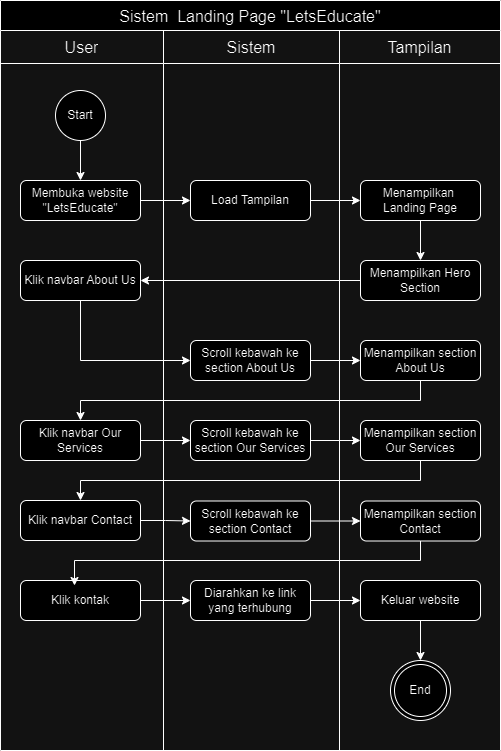
The draw.io diagram uml_awan/Activity Diagram AWAN XI PPLG 1.drawio.png in JustC4lm/letssmart-app, before a commit. Source tidied: cells renumbered, new cells last; positions are measured from the earlier drawing's top-left corner, leaving out a move shared by most shapes. The source it was exported from:
```xml
<mxGraphModel>
  <root>
    <mxCell id="0" />
    <mxCell id="1" parent="0" />
    <mxCell id="2" value="Sistem  Landing Page &quot;LetsEducate&quot;" style="shape=table;startSize=30;strokeColor=default;fontSize=16;" parent="1" vertex="1">
      <mxGeometry width="500" height="750" as="geometry" />
    </mxCell>
    <mxCell id="3" style="shape=tableRow;horizontal=0;startSize=0;swimlaneHead=0;swimlaneBody=0;strokeColor=inherit;top=0;left=0;bottom=0;right=0;fillColor=none;fontSize=16;" parent="2" vertex="1">
      <mxGeometry y="30" width="500" height="33" as="geometry" />
    </mxCell>
    <mxCell id="4" value="User" style="shape=partialRectangle;html=1;whiteSpace=wrap;strokeColor=inherit;overflow=hidden;fillColor=none;top=0;left=0;bottom=0;right=0;fontSize=16;" parent="3" vertex="1">
      <mxGeometry width="163" height="33" as="geometry" />
    </mxCell>
    <mxCell id="5" value="Sistem" style="shape=partialRectangle;html=1;whiteSpace=wrap;strokeColor=inherit;overflow=hidden;fillColor=none;top=0;left=0;bottom=0;right=0;fontSize=16;" parent="3" vertex="1">
      <mxGeometry x="163" width="176" height="33" as="geometry" />
    </mxCell>
    <mxCell id="6" value="Tampilan" style="shape=partialRectangle;html=1;whiteSpace=wrap;strokeColor=inherit;overflow=hidden;fillColor=none;top=0;left=0;bottom=0;right=0;fontSize=16;" parent="3" vertex="1">
      <mxGeometry x="339" width="161" height="33" as="geometry" />
    </mxCell>
    <mxCell id="7" style="shape=tableRow;horizontal=0;startSize=0;swimlaneHead=0;swimlaneBody=0;strokeColor=inherit;top=0;left=0;bottom=0;right=0;fillColor=none;fontSize=16;" parent="2" vertex="1">
      <mxGeometry y="63" width="500" height="687" as="geometry" />
    </mxCell>
    <mxCell id="8" style="shape=partialRectangle;html=1;whiteSpace=wrap;strokeColor=inherit;overflow=hidden;fillColor=none;top=0;left=0;bottom=0;right=0;fontSize=16;" parent="7" vertex="1">
      <mxGeometry width="163" height="687" as="geometry" />
    </mxCell>
    <mxCell id="9" style="shape=partialRectangle;html=1;whiteSpace=wrap;strokeColor=inherit;overflow=hidden;fillColor=none;top=0;left=0;bottom=0;right=0;fontSize=16;" parent="7" vertex="1">
      <mxGeometry x="163" width="176" height="687" as="geometry" />
    </mxCell>
    <mxCell id="10" style="shape=partialRectangle;html=1;whiteSpace=wrap;strokeColor=inherit;overflow=hidden;fillColor=none;top=0;left=0;bottom=0;right=0;fontSize=16;" parent="7" vertex="1">
      <mxGeometry x="339" width="161" height="687" as="geometry" />
    </mxCell>
    <mxCell id="11" style="edgeStyle=orthogonalEdgeStyle;rounded=0;jettySize=auto;html=1;" parent="1" edge="1" source="12" target="14">
      <mxGeometry relative="1" as="geometry" />
    </mxCell>
    <mxCell id="12" value="Start" style="ellipse;whiteSpace=wrap;html=1;" parent="1" vertex="1">
      <mxGeometry x="55" y="90" width="50" height="50" as="geometry" />
    </mxCell>
    <mxCell id="13" style="edgeStyle=orthogonalEdgeStyle;rounded=0;jettySize=auto;html=1;entryX=0;entryY=0.5;entryDx=0;entryDy=0;" parent="1" edge="1" source="14" target="20">
      <mxGeometry relative="1" as="geometry" />
    </mxCell>
    <mxCell id="14" value="Membuka website &quot;LetsEducate&quot;" style="rounded=1;whiteSpace=wrap;html=1;" parent="1" vertex="1">
      <mxGeometry x="20" y="180" width="120" height="40" as="geometry" />
    </mxCell>
    <mxCell id="15" style="edgeStyle=orthogonalEdgeStyle;rounded=0;jettySize=auto;html=1;entryX=0.5;entryY=0;entryDx=0;entryDy=0;" parent="1" edge="1" source="16" target="18">
      <mxGeometry relative="1" as="geometry" />
    </mxCell>
    <mxCell id="16" value="Menampilkan&amp;nbsp; Landing Page" style="rounded=1;whiteSpace=wrap;html=1;" parent="1" vertex="1">
      <mxGeometry x="360" y="180" width="120" height="40" as="geometry" />
    </mxCell>
    <mxCell id="17" style="edgeStyle=orthogonalEdgeStyle;rounded=0;jettySize=auto;html=1;entryX=1;entryY=0.5;entryDx=0;entryDy=0;" parent="1" edge="1" source="18" target="22">
      <mxGeometry relative="1" as="geometry" />
    </mxCell>
    <mxCell id="18" value="Menampilkan Hero Section" style="rounded=1;whiteSpace=wrap;html=1;" parent="1" vertex="1">
      <mxGeometry x="360" y="260" width="120" height="40" as="geometry" />
    </mxCell>
    <mxCell id="19" style="edgeStyle=orthogonalEdgeStyle;rounded=0;jettySize=auto;html=1;entryX=0;entryY=0.5;entryDx=0;entryDy=0;" parent="1" edge="1" source="20" target="16">
      <mxGeometry relative="1" as="geometry" />
    </mxCell>
    <mxCell id="20" value="Load Tampilan" style="rounded=1;whiteSpace=wrap;html=1;" parent="1" vertex="1">
      <mxGeometry x="190" y="180" width="120" height="40" as="geometry" />
    </mxCell>
    <mxCell id="21" style="edgeStyle=orthogonalEdgeStyle;rounded=0;jettySize=auto;html=1;entryX=0;entryY=0.5;entryDx=0;entryDy=0;" parent="1" edge="1" source="22" target="24">
      <mxGeometry relative="1" as="geometry">
        <Array as="points">
          <mxPoint x="80" y="360" />
        </Array>
      </mxGeometry>
    </mxCell>
    <mxCell id="22" value="Klik navbar About Us" style="rounded=1;whiteSpace=wrap;html=1;" parent="1" vertex="1">
      <mxGeometry x="20" y="260" width="120" height="40" as="geometry" />
    </mxCell>
    <mxCell id="23" style="edgeStyle=orthogonalEdgeStyle;rounded=0;jettySize=auto;html=1;entryX=0;entryY=0.5;entryDx=0;entryDy=0;" parent="1" edge="1" source="24" target="26">
      <mxGeometry relative="1" as="geometry" />
    </mxCell>
    <mxCell id="24" value="Scroll kebawah ke section About Us" style="rounded=1;whiteSpace=wrap;html=1;" parent="1" vertex="1">
      <mxGeometry x="190" y="340" width="120" height="40" as="geometry" />
    </mxCell>
    <mxCell id="25" style="edgeStyle=orthogonalEdgeStyle;rounded=0;jettySize=auto;html=1;" parent="1" edge="1" source="26" target="28">
      <mxGeometry relative="1" as="geometry">
        <Array as="points">
          <mxPoint x="420" y="400" />
          <mxPoint x="80" y="400" />
        </Array>
      </mxGeometry>
    </mxCell>
    <mxCell id="26" value="Menampilkan section About Us" style="rounded=1;whiteSpace=wrap;html=1;" parent="1" vertex="1">
      <mxGeometry x="360" y="340" width="120" height="40" as="geometry" />
    </mxCell>
    <mxCell id="27" style="edgeStyle=orthogonalEdgeStyle;rounded=0;jettySize=auto;html=1;entryX=0;entryY=0.5;entryDx=0;entryDy=0;" parent="1" edge="1" source="28" target="30">
      <mxGeometry relative="1" as="geometry" />
    </mxCell>
    <mxCell id="28" value="Klik navbar Our Services" style="rounded=1;whiteSpace=wrap;html=1;" parent="1" vertex="1">
      <mxGeometry x="20" y="420" width="120" height="40" as="geometry" />
    </mxCell>
    <mxCell id="29" style="edgeStyle=orthogonalEdgeStyle;rounded=0;jettySize=auto;html=1;entryX=0;entryY=0.5;entryDx=0;entryDy=0;" parent="1" edge="1" source="30" target="32">
      <mxGeometry relative="1" as="geometry" />
    </mxCell>
    <mxCell id="30" value="Scroll kebawah ke section Our Services" style="rounded=1;whiteSpace=wrap;html=1;" parent="1" vertex="1">
      <mxGeometry x="190" y="420" width="120" height="40" as="geometry" />
    </mxCell>
    <mxCell id="31" style="edgeStyle=orthogonalEdgeStyle;rounded=0;jettySize=auto;html=1;" parent="1" edge="1" source="32" target="34">
      <mxGeometry relative="1" as="geometry">
        <Array as="points">
          <mxPoint x="420" y="480" />
          <mxPoint x="80" y="480" />
        </Array>
      </mxGeometry>
    </mxCell>
    <mxCell id="32" value="Menampilkan section Our Services" style="rounded=1;whiteSpace=wrap;html=1;" parent="1" vertex="1">
      <mxGeometry x="360" y="420" width="120" height="40" as="geometry" />
    </mxCell>
    <mxCell id="33" style="edgeStyle=orthogonalEdgeStyle;rounded=0;jettySize=auto;html=1;entryX=0;entryY=0.5;entryDx=0;entryDy=0;" parent="1" edge="1" source="34" target="36">
      <mxGeometry relative="1" as="geometry" />
    </mxCell>
    <mxCell id="34" value="Klik navbar Contact" style="rounded=1;whiteSpace=wrap;html=1;" parent="1" vertex="1">
      <mxGeometry x="20" y="500" width="120" height="40" as="geometry" />
    </mxCell>
    <mxCell id="35" style="edgeStyle=orthogonalEdgeStyle;rounded=0;jettySize=auto;html=1;entryX=0;entryY=0.5;entryDx=0;entryDy=0;" parent="1" edge="1" source="36" target="37">
      <mxGeometry relative="1" as="geometry" />
    </mxCell>
    <mxCell id="36" value="Scroll kebawah ke section Contact" style="rounded=1;whiteSpace=wrap;html=1;" parent="1" vertex="1">
      <mxGeometry x="190" y="500.5" width="120" height="40" as="geometry" />
    </mxCell>
    <mxCell id="37" value="Menampilkan section Contact" style="rounded=1;whiteSpace=wrap;html=1;" parent="1" vertex="1">
      <mxGeometry x="360" y="500.5" width="120" height="40" as="geometry" />
    </mxCell>
    <mxCell id="38" style="edgeStyle=orthogonalEdgeStyle;rounded=0;jettySize=auto;html=1;entryX=0;entryY=0.5;entryDx=0;entryDy=0;" parent="1" edge="1" source="39" target="41">
      <mxGeometry relative="1" as="geometry" />
    </mxCell>
    <mxCell id="39" value="Diarahkan ke link yang terhubung" style="rounded=1;whiteSpace=wrap;html=1;" parent="1" vertex="1">
      <mxGeometry x="190" y="580" width="120" height="40" as="geometry" />
    </mxCell>
    <mxCell id="40" style="edgeStyle=orthogonalEdgeStyle;rounded=0;jettySize=auto;html=1;" parent="1" edge="1" source="41" target="45">
      <mxGeometry relative="1" as="geometry" />
    </mxCell>
    <mxCell id="41" value="Keluar website" style="rounded=1;whiteSpace=wrap;html=1;" parent="1" vertex="1">
      <mxGeometry x="360" y="580" width="120" height="40" as="geometry" />
    </mxCell>
    <mxCell id="42" style="edgeStyle=orthogonalEdgeStyle;rounded=0;jettySize=auto;html=1;entryX=0;entryY=0.5;entryDx=0;entryDy=0;" parent="1" edge="1" source="43" target="39">
      <mxGeometry relative="1" as="geometry" />
    </mxCell>
    <mxCell id="43" value="Klik kontak" style="rounded=1;whiteSpace=wrap;html=1;" parent="1" vertex="1">
      <mxGeometry x="20" y="580" width="120" height="40" as="geometry" />
    </mxCell>
    <mxCell id="44" style="edgeStyle=orthogonalEdgeStyle;rounded=0;jettySize=auto;html=1;entryX=0.45;entryY=0.125;entryDx=0;entryDy=0;entryPerimeter=0;" parent="1" edge="1" source="37" target="43">
      <mxGeometry relative="1" as="geometry">
        <Array as="points">
          <mxPoint x="420" y="560" />
          <mxPoint x="74" y="560" />
        </Array>
      </mxGeometry>
    </mxCell>
    <mxCell id="45" value="End" style="ellipse;shape=doubleEllipse;whiteSpace=wrap;html=1;" parent="1" vertex="1">
      <mxGeometry x="390" y="660" width="60" height="60" as="geometry" />
    </mxCell>
  </root>
</mxGraphModel>
```
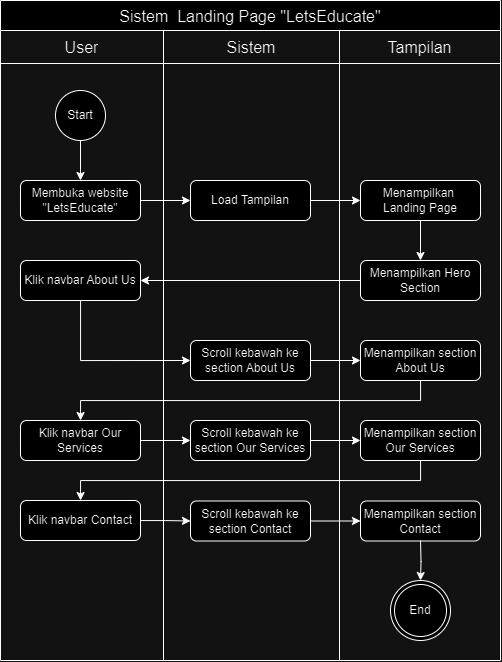
The same diagram one commit later.

What changed in the source:
```diff
@@ -3,7 +3,7 @@
     <mxCell id="0" />
     <mxCell id="1" parent="0" />
     <mxCell id="2" value="Sistem  Landing Page &quot;LetsEducate&quot;" style="shape=table;startSize=30;strokeColor=default;fontSize=16;" parent="1" vertex="1">
-      <mxGeometry width="500" height="750" as="geometry" />
+      <mxGeometry width="500" height="660" as="geometry" />
     </mxCell>
     <mxCell id="3" style="shape=tableRow;horizontal=0;startSize=0;swimlaneHead=0;swimlaneBody=0;strokeColor=inherit;top=0;left=0;bottom=0;right=0;fillColor=none;fontSize=16;" parent="2" vertex="1">
       <mxGeometry y="30" width="500" height="33" as="geometry" />
@@ -18,16 +18,16 @@
       <mxGeometry x="339" width="161" height="33" as="geometry" />
     </mxCell>
     <mxCell id="7" style="shape=tableRow;horizontal=0;startSize=0;swimlaneHead=0;swimlaneBody=0;strokeColor=inherit;top=0;left=0;bottom=0;right=0;fillColor=none;fontSize=16;" parent="2" vertex="1">
-      <mxGeometry y="63" width="500" height="687" as="geometry" />
+      <mxGeometry y="63" width="500" height="597" as="geometry" />
     </mxCell>
     <mxCell id="8" style="shape=partialRectangle;html=1;whiteSpace=wrap;strokeColor=inherit;overflow=hidden;fillColor=none;top=0;left=0;bottom=0;right=0;fontSize=16;" parent="7" vertex="1">
-      <mxGeometry width="163" height="687" as="geometry" />
+      <mxGeometry width="163" height="597" as="geometry" />
     </mxCell>
     <mxCell id="9" style="shape=partialRectangle;html=1;whiteSpace=wrap;strokeColor=inherit;overflow=hidden;fillColor=none;top=0;left=0;bottom=0;right=0;fontSize=16;" parent="7" vertex="1">
-      <mxGeometry x="163" width="176" height="687" as="geometry" />
+      <mxGeometry x="163" width="176" height="597" as="geometry" />
     </mxCell>
     <mxCell id="10" style="shape=partialRectangle;html=1;whiteSpace=wrap;strokeColor=inherit;overflow=hidden;fillColor=none;top=0;left=0;bottom=0;right=0;fontSize=16;" parent="7" vertex="1">
-      <mxGeometry x="339" width="161" height="687" as="geometry" />
+      <mxGeometry x="339" width="161" height="597" as="geometry" />
     </mxCell>
     <mxCell id="11" style="edgeStyle=orthogonalEdgeStyle;rounded=0;jettySize=auto;html=1;" parent="1" edge="1" source="12" target="14">
       <mxGeometry relative="1" as="geometry" />
@@ -124,34 +124,13 @@
     <mxCell id="37" value="Menampilkan section Contact" style="rounded=1;whiteSpace=wrap;html=1;" parent="1" vertex="1">
       <mxGeometry x="360" y="500.5" width="120" height="40" as="geometry" />
     </mxCell>
-    <mxCell id="38" style="edgeStyle=orthogonalEdgeStyle;rounded=0;jettySize=auto;html=1;entryX=0;entryY=0.5;entryDx=0;entryDy=0;" parent="1" edge="1" source="39" target="41">
-      <mxGeometry relative="1" as="geometry" />
-    </mxCell>
-    <mxCell id="39" value="Diarahkan ke link yang terhubung" style="rounded=1;whiteSpace=wrap;html=1;" parent="1" vertex="1">
-      <mxGeometry x="190" y="580" width="120" height="40" as="geometry" />
-    </mxCell>
-    <mxCell id="40" style="edgeStyle=orthogonalEdgeStyle;rounded=0;jettySize=auto;html=1;" parent="1" edge="1" source="41" target="45">
-      <mxGeometry relative="1" as="geometry" />
+    <mxCell id="40" style="edgeStyle=orthogonalEdgeStyle;rounded=0;jettySize=auto;html=1;" parent="1" edge="1" target="45">
+      <mxGeometry relative="1" as="geometry">
+        <mxPoint x="420" y="540" as="sourcePoint" />
+      </mxGeometry>
     </mxCell>
-    <mxCell id="41" value="Keluar website" style="rounded=1;whiteSpace=wrap;html=1;" parent="1" vertex="1">
-      <mxGeometry x="360" y="580" width="120" height="40" as="geometry" />
-    </mxCell>
-    <mxCell id="42" style="edgeStyle=orthogonalEdgeStyle;rounded=0;jettySize=auto;html=1;entryX=0;entryY=0.5;entryDx=0;entryDy=0;" parent="1" edge="1" source="43" target="39">
-      <mxGeometry relative="1" as="geometry" />
-    </mxCell>
-    <mxCell id="43" value="Klik kontak" style="rounded=1;whiteSpace=wrap;html=1;" parent="1" vertex="1">
-      <mxGeometry x="20" y="580" width="120" height="40" as="geometry" />
-    </mxCell>
-    <mxCell id="44" style="edgeStyle=orthogonalEdgeStyle;rounded=0;jettySize=auto;html=1;entryX=0.45;entryY=0.125;entryDx=0;entryDy=0;entryPerimeter=0;" parent="1" edge="1" source="37" target="43">
-      <mxGeometry relative="1" as="geometry">
-        <Array as="points">
-          <mxPoint x="420" y="560" />
-          <mxPoint x="74" y="560" />
-        </Array>
-      </mxGeometry>
-    </mxCell>
     <mxCell id="45" value="End" style="ellipse;shape=doubleEllipse;whiteSpace=wrap;html=1;" parent="1" vertex="1">
-      <mxGeometry x="390" y="660" width="60" height="60" as="geometry" />
+      <mxGeometry x="390" y="580" width="60" height="60" as="geometry" />
     </mxCell>
   </root>
 </mxGraphModel>
```
